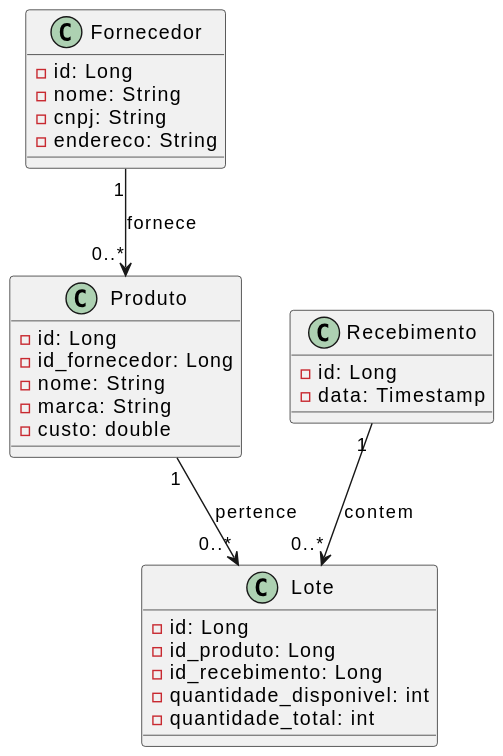
Above: docs/Diagramas/Classe/img/diagrama_classe_estoque.svg in anielmelo/marketManager (PlantUML), before the change.
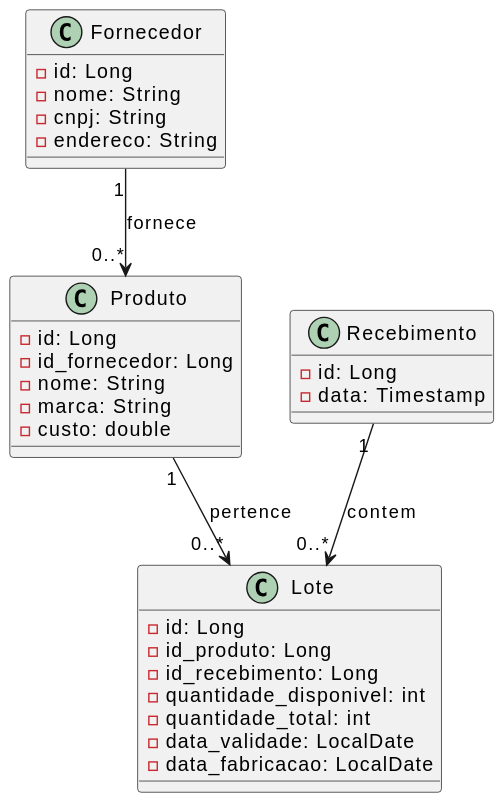
After the commit.

Commit message:
docs: all diagrams and images

Diff of the diagram source:
```diff
@@ -20,6 +20,8 @@
 	- id_recebimento: Long
 	- quantidade_disponivel: int
 	- quantidade_total: int
+	- data_validade: LocalDate
+	- data_fabricacao: LocalDate
 }
 
 class Recebimento {
```
